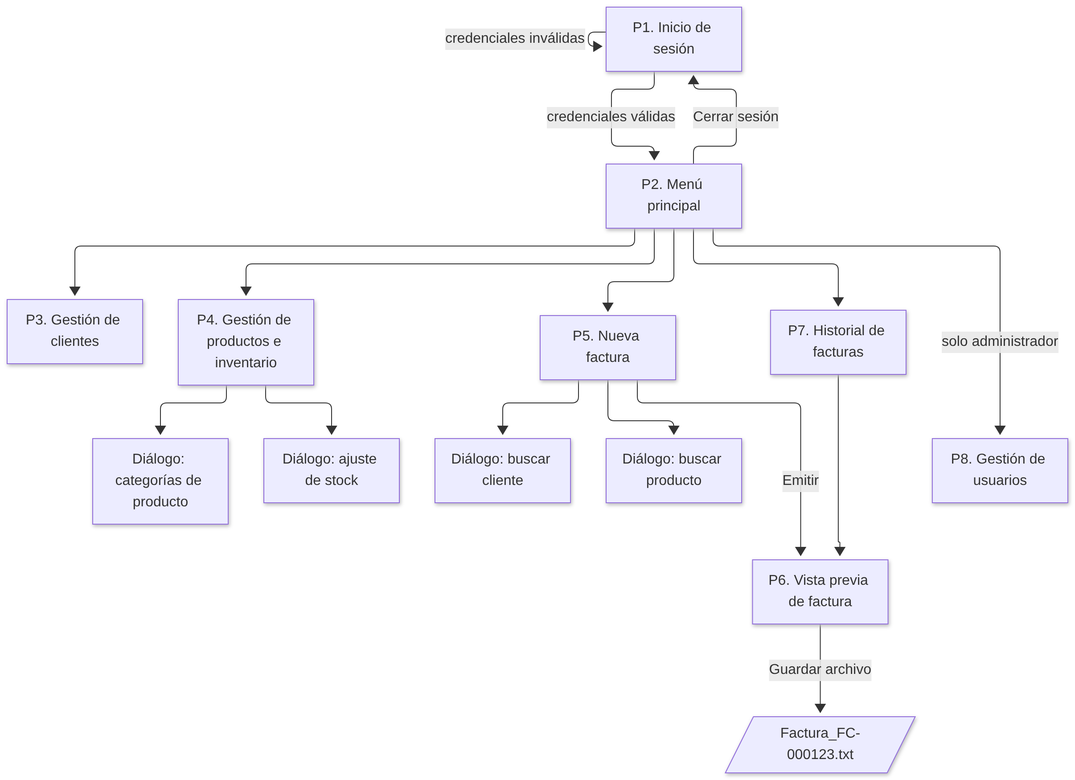
Earlier version of the Mermaid export docs/img/05_navegacion.png (luisamri91/Avance1). Its source is kept beside it as docs/diagramas/05_navegacion.mmd. Its diagram source:
```mermaid
flowchart TD
    L[P1. Inicio de sesión] -->|credenciales válidas| M[P2. Menú principal]
    L -->|credenciales inválidas| L
    M --> CL[P3. Gestión de clientes]
    M --> PR[P4. Gestión de productos e inventario]
    M --> FA[P5. Nueva factura]
    M --> HI[P7. Historial de facturas]
    M -->|solo administrador| US[P8. Gestión de usuarios]
    PR --> CA[Diálogo: categorías de producto]
    PR --> AJ[Diálogo: ajuste de stock]
    FA --> BC[Diálogo: buscar cliente]
    FA --> BP[Diálogo: buscar producto]
    FA -->|Emitir| VP[P6. Vista previa de factura]
    VP -->|Guardar archivo| AR[/Factura_FC-000123.txt/]
    HI --> VP
    M -->|Cerrar sesión| L
```
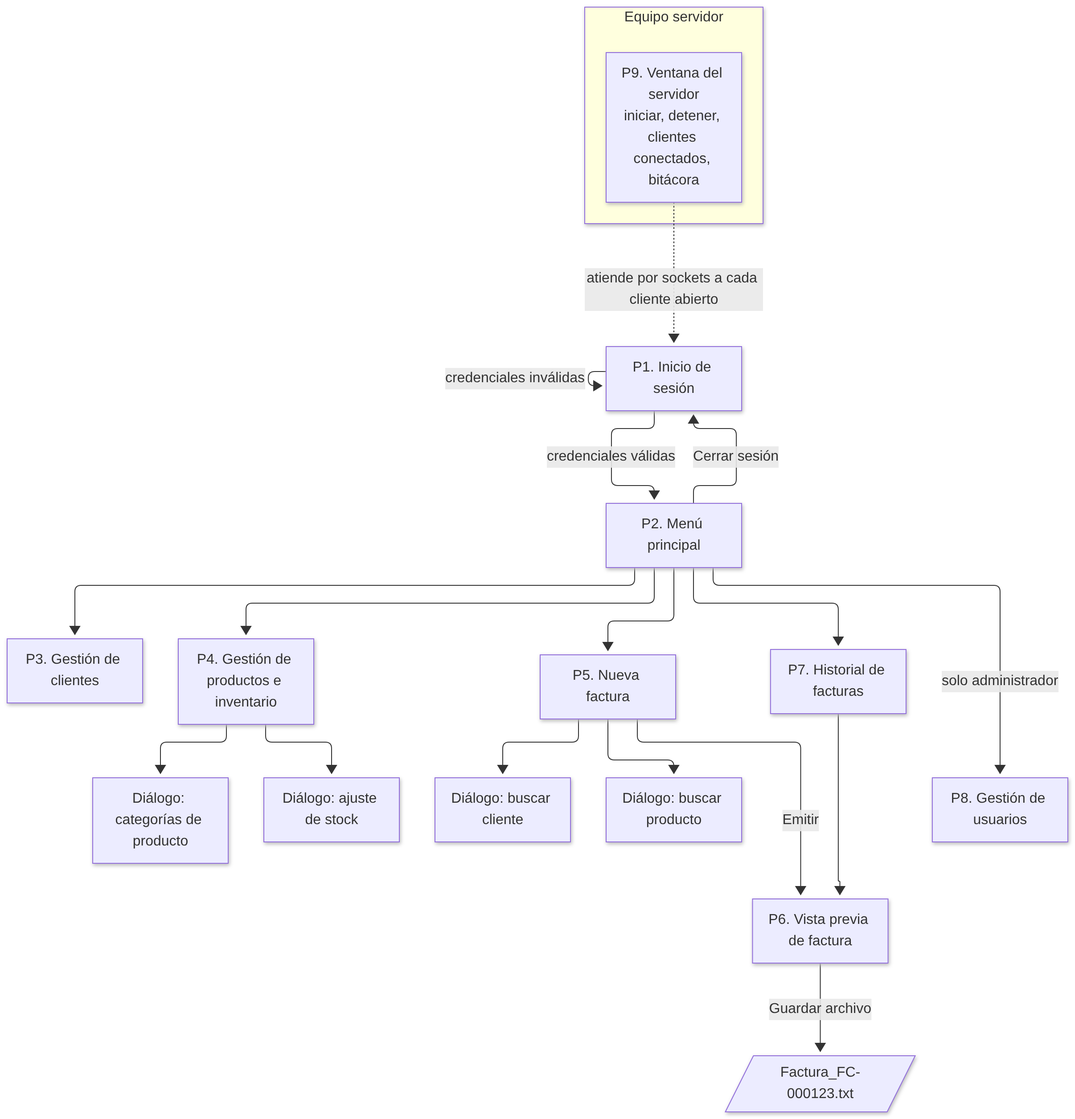
After the commit.

The edit, as a diff of the source:
```diff
@@ -14,3 +14,7 @@
     VP -->|Guardar archivo| AR[/Factura_FC-000123.txt/]
     HI --> VP
     M -->|Cerrar sesión| L
+    subgraph SV["Equipo servidor"]
+        P9[P9. Ventana del servidor<br/>iniciar, detener, clientes conectados, bitácora]
+    end
+    P9 -. "atiende por sockets a cada cliente abierto" .-> L
```
